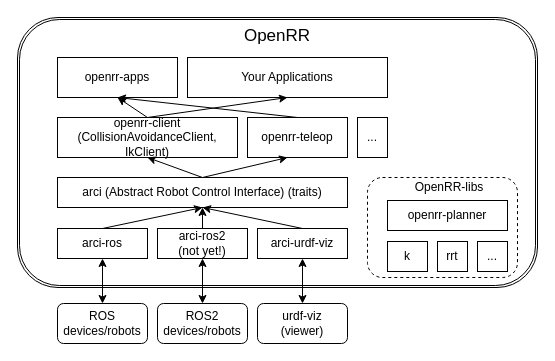
Before: img/architecture.drawio in openrr/openrr, a draw.io diagram. Source tidied: cells renumbered, new cells numbered last; positions are measured from the earlier drawing's top-left corner, leaving out a move shared by most shapes. Both pictures are drawn from the tidied source at 100%, with x=0, y=0 at pixel (17, 17).
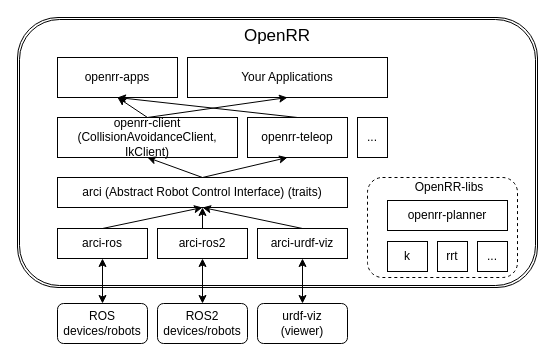
The same page after the edit.

Diff of the diagram source:
```diff
@@
-    <mxCell id="6" value="arci-ros2&lt;br&gt;(not yet!)" style="rounded=0;whiteSpace=wrap;html=1;" parent="1" vertex="1">
+    <mxCell id="6" value="arci-ros2" style="rounded=0;whiteSpace=wrap;html=1;" parent="1" vertex="1">
       <mxGeometry x="140" y="211" width="90" height="30" as="geometry" />
     </mxCell>
```
